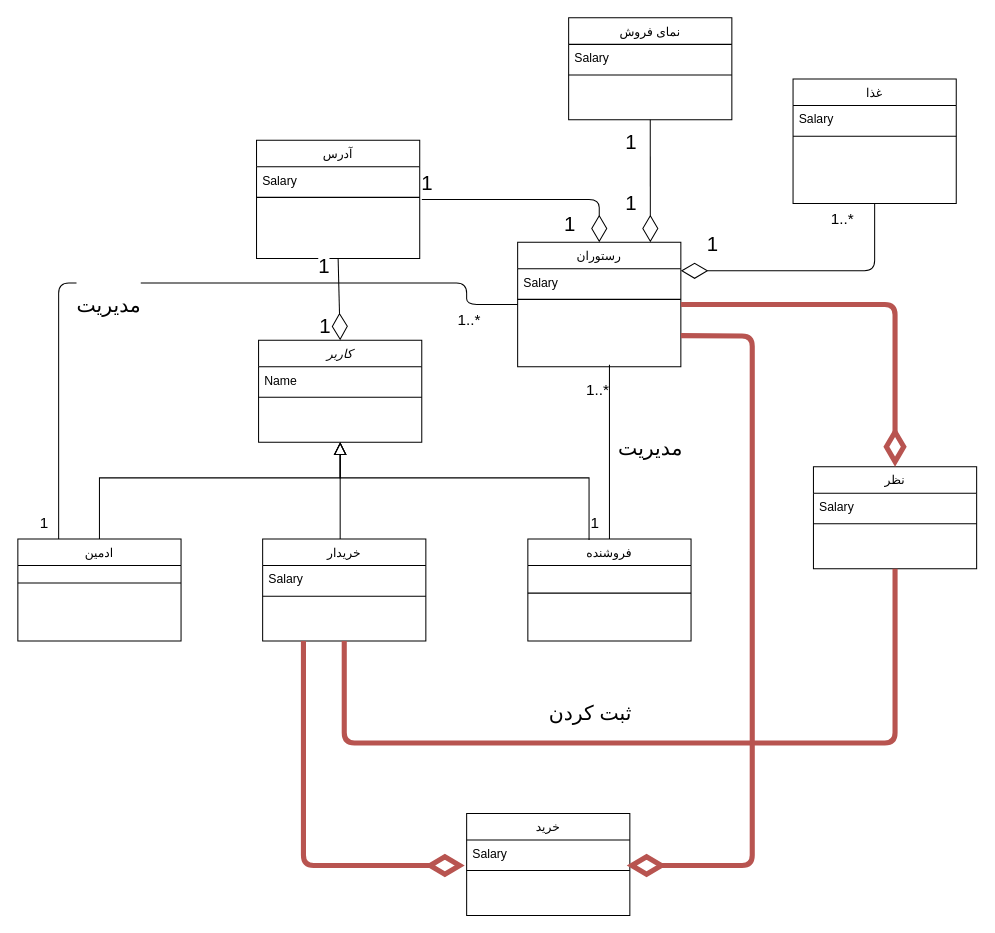
khoramian/TahDig_SoftwareEngineering keeps this draw.io diagram as Untitled Diagram.drawio. Above is the earlier version. Source tidied: cells renumbered, new cells numbered last; positions are measured from the earlier drawing's top-left corner, leaving out a move shared by most shapes. Both pictures are drawn from the tidied source at 102%, with x=0, y=0 at pixel (17, 17).
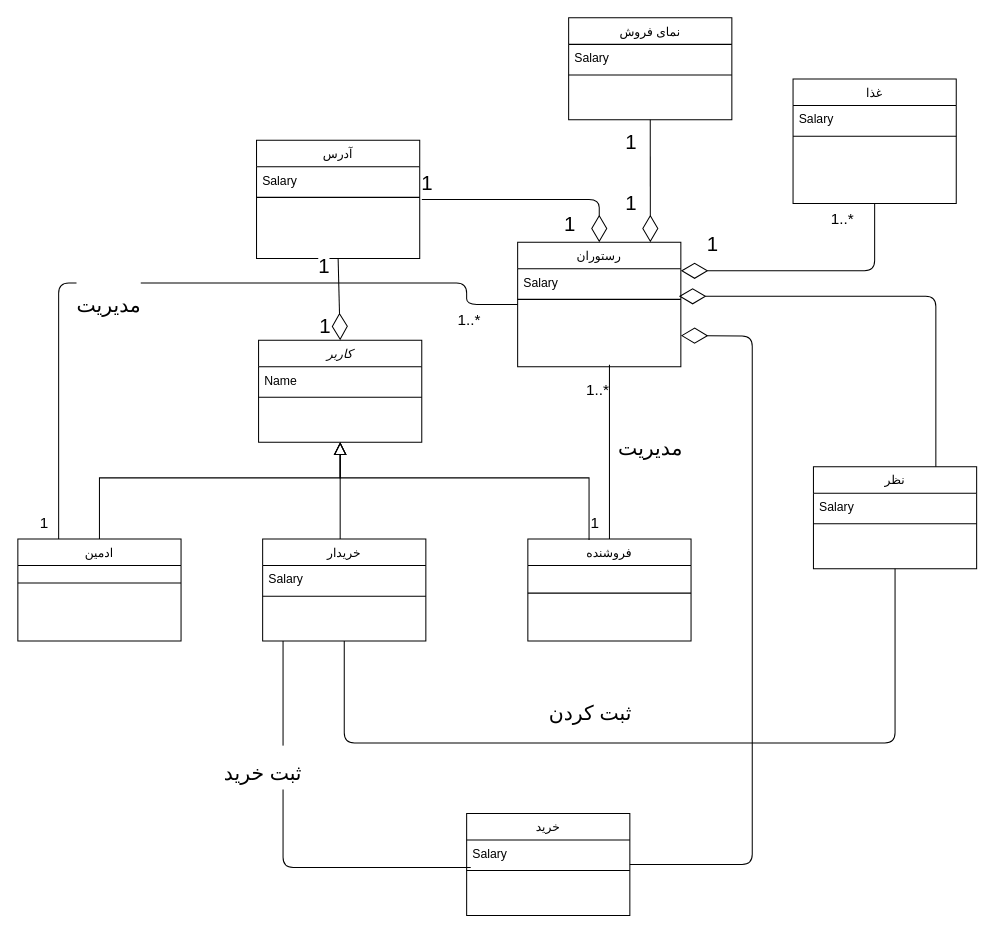
After the change.

The change refers to these unchanged cells:
```xml
<mxCell id="4" value="خریدار" style="swimlane;fontStyle=0;align=center;verticalAlign=top;horizontal=1;startSize=26;rounded=0;shadow=0;strokeWidth=1;" parent="1" vertex="1">
  <mxGeometry x="240" y="511" width="160" height="100" as="geometry" />
</mxCell>
<mxCell id="9" value="خرید" style="swimlane;fontStyle=0;align=center;verticalAlign=top;horizontal=1;startSize=26;rounded=0;shadow=0;strokeWidth=1;" parent="1" vertex="1">
  <mxGeometry x="440" y="780" width="160" height="100" as="geometry" />
</mxCell>
<mxCell id="10" value="Salary" style="text;align=left;verticalAlign=top;spacingLeft=4;spacingRight=4;overflow=hidden;points=[[0,0.5],[1,0.5]];portConstraint=eastwest;" parent="9" vertex="1">
  <mxGeometry y="26" width="160" height="26" as="geometry" />
</mxCell>
<mxCell id="12" value="نظر" style="swimlane;fontStyle=0;align=center;verticalAlign=top;horizontal=1;startSize=26;rounded=0;shadow=0;strokeWidth=1;" parent="1" vertex="1">
  <mxGeometry x="780" y="440" width="160" height="100" as="geometry" />
</mxCell>
<mxCell id="30" value="رستوران" style="swimlane;fontStyle=0;align=center;verticalAlign=top;horizontal=1;startSize=26;rounded=0;shadow=0;strokeWidth=1;" parent="1" vertex="1">
  <mxGeometry x="490" y="220" width="160" height="122" as="geometry" />
</mxCell>
<mxCell id="31" value="Salary" style="text;align=left;verticalAlign=top;spacingLeft=4;spacingRight=4;overflow=hidden;points=[[0,0.5],[1,0.5]];portConstraint=eastwest;" parent="30" vertex="1">
  <mxGeometry y="26" width="160" height="26" as="geometry" />
</mxCell>
```

Diff of the diagram source:
```diff
@@
-    <mxCell id="40" style="endArrow=diamondThin;endFill=0;endSize=24;html=1;fontSize=36;exitX=1;exitY=0.5;exitDx=0;exitDy=0;entryX=0.5;entryY=0;entryDx=0;entryDy=0;fillColor=#f8cecc;strokeColor=#b85450;strokeWidth=5;" parent="1" edge="1" source="30" target="12">
+    <mxCell id="40" style="endArrow=diamondThin;endFill=0;endSize=24;html=1;fontSize=36;exitX=0.75;exitY=0;exitDx=0;exitDy=0;strokeWidth=1;entryX=0.988;entryY=1.038;entryDx=0;entryDy=0;entryPerimeter=0;" parent="1" edge="1" source="12" target="31">
       <mxGeometry relative="1" as="geometry">
         <Array as="points">
-          <mxPoint x="860" y="281" />
+          <mxPoint x="900" y="273" />
         </Array>
       </mxGeometry>
     </mxCell>
-    <mxCell id="41" value="&lt;font style=&quot;font-size: 20px&quot;&gt;&lt;font style=&quot;font-size: 20px&quot;&gt;ثبت کردن&lt;/font&gt;&lt;br&gt;&lt;/font&gt;" style="verticalAlign=bottom;html=1;endArrow=none;edgeStyle=orthogonalEdgeStyle;fontSize=36;exitX=0.5;exitY=1;exitDx=0;exitDy=0;entryX=0.5;entryY=1;entryDx=0;entryDy=0;fillColor=#f8cecc;strokeColor=#b85450;strokeWidth=5;" parent="1" edge="1" source="4" target="12">
+    <mxCell id="41" value="&lt;font style=&quot;font-size: 20px&quot;&gt;&lt;font style=&quot;font-size: 20px&quot;&gt;ثبت کردن&lt;/font&gt;&lt;br&gt;&lt;/font&gt;" style="verticalAlign=bottom;html=1;endArrow=none;edgeStyle=orthogonalEdgeStyle;fontSize=36;exitX=0.5;exitY=1;exitDx=0;exitDy=0;entryX=0.5;entryY=1;entryDx=0;entryDy=0;strokeWidth=1;" parent="1" edge="1" source="4" target="12">
       <mxGeometry x="-0.16" y="11" relative="1" as="geometry">
         <Array as="points">
           <mxPoint x="320" y="711" />
           <mxPoint x="860" y="711" />
         </Array>
       </mxGeometry>
     </mxCell>
@@
-    <mxCell id="43" style="endArrow=diamondThin;endFill=0;endSize=24;html=1;fontSize=36;exitX=0.25;exitY=1;exitDx=0;exitDy=0;entryX=-0.012;entryY=0.962;entryDx=0;entryDy=0;entryPerimeter=0;fillColor=#f8cecc;strokeColor=#b85450;strokeWidth=5;" parent="1" edge="1" source="4" target="10">
-      <mxGeometry relative="1" as="geometry">
-        <Array as="points">
-          <mxPoint x="280" y="831" />
-        </Array>
-      </mxGeometry>
-    </mxCell>
-    <mxCell id="44" style="endArrow=diamondThin;endFill=0;endSize=24;html=1;fontSize=36;exitX=1;exitY=0.75;exitDx=0;exitDy=0;entryX=0.981;entryY=0.962;entryDx=0;entryDy=0;entryPerimeter=0;fillColor=#f8cecc;strokeColor=#b85450;strokeWidth=5;" parent="1" edge="1" source="30" target="10">
-      <mxGeometry relative="1" as="geometry">
-        <Array as="points">
-          <mxPoint x="720" y="312" />
-          <mxPoint x="720" y="831" />
-        </Array>
-      </mxGeometry>
-    </mxCell>
@@
+    <mxCell id="55" style="endArrow=diamondThin;endFill=0;endSize=24;html=1;fontSize=36;strokeWidth=1;entryX=1;entryY=0.75;entryDx=0;entryDy=0;exitX=1;exitY=0.5;exitDx=0;exitDy=0;" parent="1" edge="1" source="9" target="30">
+      <mxGeometry relative="1" as="geometry">
+        <Array as="points">
+          <mxPoint x="720" y="830" />
+          <mxPoint x="720" y="312" />
+        </Array>
+      </mxGeometry>
+    </mxCell>
+    <mxCell id="56" value="&lt;font style=&quot;font-size: 20px&quot;&gt;ثبت خرید&lt;br&gt;&lt;/font&gt;" style="verticalAlign=bottom;html=1;endArrow=none;edgeStyle=orthogonalEdgeStyle;fontSize=36;entryX=0.025;entryY=1.038;entryDx=0;entryDy=0;strokeWidth=1;entryPerimeter=0;" parent="1" edge="1" target="10">
+      <mxGeometry x="-0.27" y="-20" relative="1" as="geometry">
+        <mxPoint x="260" y="611" as="sourcePoint" />
+        <Array as="points">
+          <mxPoint x="260" y="611" />
+          <mxPoint x="260" y="833" />
+        </Array>
+      </mxGeometry>
+    </mxCell>
```
